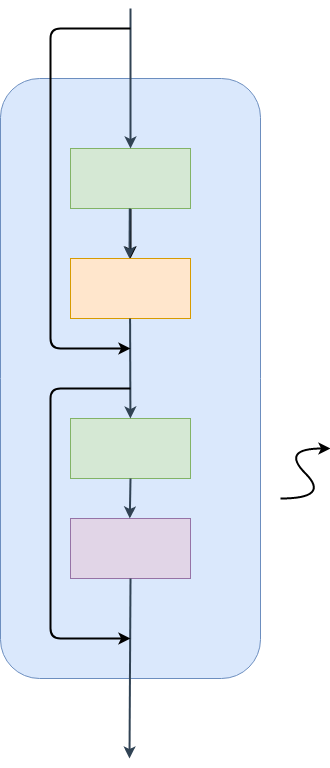
Before: standard Transformer.drawio.png, a diagram exported from draw.io (miaochunle/CS-Book). Source tidied: cells renumbered, new cells last; positions are measured from the earlier drawing's top-left corner, leaving out a move shared by most shapes.
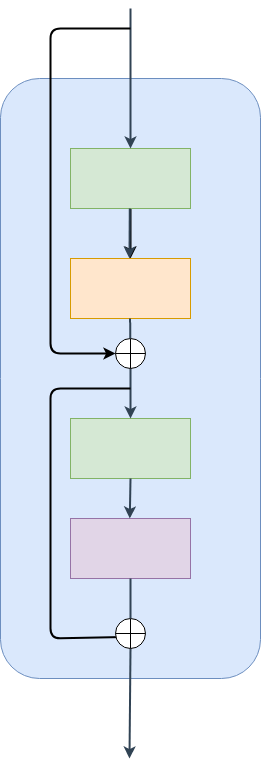
Later version of the same file.

What changed in the source:
```diff
@@ -36,46 +36,47 @@
         <mxPoint x="129.3" y="510" as="targetPoint" />
       </mxGeometry>
     </mxCell>
-    <mxCell id="11" style="endArrow=classic;html=1;rounded=0;strokeWidth=2;fillColor=#647687;strokeColor=#314354;" parent="1" edge="1" target="6">
-      <mxGeometry relative="1" as="geometry">
-        <mxPoint x="129.6" y="310" as="sourcePoint" />
-      </mxGeometry>
+    <mxCell id="11" style="endArrow=classic;html=1;rounded=0;strokeWidth=2;fillColor=#647687;strokeColor=#314354;startArrow=none;" parent="1" edge="1" source="16" target="6">
+      <mxGeometry relative="1" as="geometry" />
     </mxCell>
-    <mxCell id="12" style="endArrow=classic;html=1;rounded=0;strokeWidth=2;fillColor=#647687;strokeColor=#314354;exitX=0.5;exitY=1;exitDx=0;exitDy=0;" parent="1" edge="1">
+    <mxCell id="12" style="endArrow=classic;html=1;rounded=0;strokeWidth=2;fillColor=#647687;strokeColor=#314354;exitX=0.5;exitY=1;exitDx=0;exitDy=0;startArrow=none;" parent="1" edge="1" source="18">
       <mxGeometry relative="1" as="geometry">
-        <mxPoint x="130" y="570" as="sourcePoint" />
         <mxPoint x="129" y="750" as="targetPoint" />
       </mxGeometry>
     </mxCell>
-    <mxCell id="13" style="curved=1;endArrow=classic;html=1;rounded=0;strokeWidth=2;" parent="1" edge="1">
-      <mxGeometry relative="1" as="geometry">
-        <mxPoint x="280" y="490" as="sourcePoint" />
-        <mxPoint x="330" y="440" as="targetPoint" />
-        <Array as="points">
-          <mxPoint x="330" y="490" />
-          <mxPoint x="280" y="440" />
-        </Array>
-      </mxGeometry>
-    </mxCell>
-    <mxCell id="14" style="endArrow=classic;html=1;strokeWidth=2;rounded=1;" parent="1" edge="1">
+    <mxCell id="14" style="endArrow=classic;html=1;strokeWidth=2;rounded=1;entryX=0;entryY=0.5;entryDx=0;entryDy=0;entryPerimeter=0;" parent="1" edge="1" target="16">
       <mxGeometry relative="1" as="geometry">
         <mxPoint x="130" y="20" as="sourcePoint" />
-        <mxPoint x="130" y="340" as="targetPoint" />
         <Array as="points">
           <mxPoint x="50" y="20" />
-          <mxPoint x="50" y="340" />
+          <mxPoint x="50" y="345" />
         </Array>
       </mxGeometry>
     </mxCell>
-    <mxCell id="15" style="endArrow=classic;html=1;strokeWidth=2;rounded=1;" parent="1" edge="1">
+    <mxCell id="15" style="endArrow=classic;html=1;strokeWidth=2;rounded=1;entryX=0.543;entryY=0.614;entryDx=0;entryDy=0;entryPerimeter=0;" parent="1" edge="1" target="18">
       <mxGeometry relative="1" as="geometry">
         <mxPoint x="130" y="380" as="sourcePoint" />
-        <mxPoint x="130" y="630" as="targetPoint" />
         <Array as="points">
           <mxPoint x="50" y="380" />
           <mxPoint x="50" y="630" />
         </Array>
       </mxGeometry>
     </mxCell>
+    <mxCell id="16" style="verticalLabelPosition=bottom;verticalAlign=top;html=1;shape=mxgraph.flowchart.summing_function;" parent="1" vertex="1">
+      <mxGeometry x="115" y="330" width="30" height="30" as="geometry" />
+    </mxCell>
+    <mxCell id="17" style="endArrow=none;html=1;rounded=0;strokeWidth=2;fillColor=#647687;strokeColor=#314354;" parent="1" edge="1" target="16">
+      <mxGeometry relative="1" as="geometry">
+        <mxPoint x="129.6" y="310" as="sourcePoint" />
+      </mxGeometry>
+    </mxCell>
+    <mxCell id="18" style="verticalLabelPosition=bottom;verticalAlign=top;html=1;shape=mxgraph.flowchart.summing_function;" parent="1" vertex="1">
+      <mxGeometry x="115" y="610" width="30" height="30" as="geometry" />
+    </mxCell>
+    <mxCell id="19" style="endArrow=none;html=1;rounded=0;strokeWidth=2;fillColor=#647687;strokeColor=#314354;exitX=0.5;exitY=1;exitDx=0;exitDy=0;" parent="1" edge="1" target="18">
+      <mxGeometry relative="1" as="geometry">
+        <mxPoint x="130" y="570" as="sourcePoint" />
+      </mxGeometry>
+    </mxCell>
   </root>
 </mxGraphModel>
```
